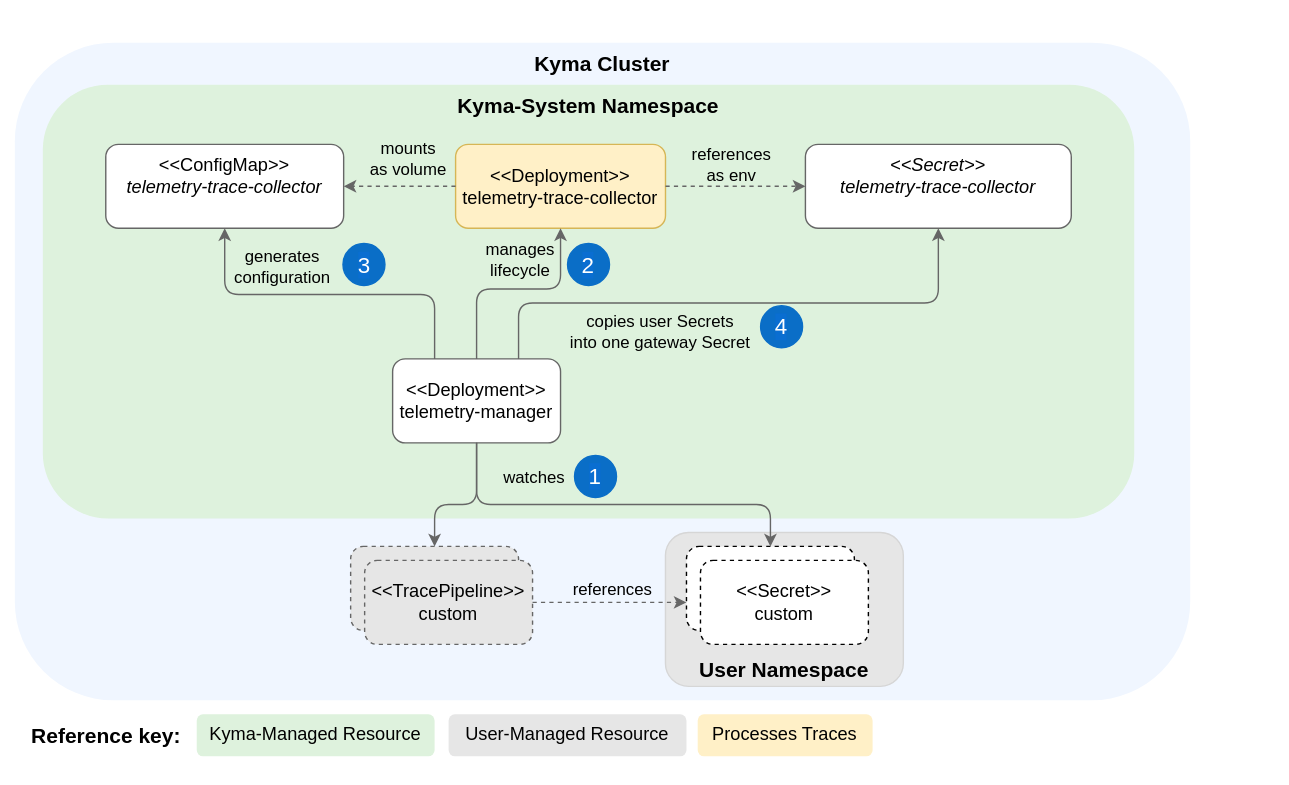
Before: docs/user/assets/traces-resources.drawio.svg, a diagram exported from draw.io (kyma-project/telemetry-manager). Source tidied: cells renumbered, new cells last; positions are measured from the earlier drawing's top-left corner, leaving out a move shared by most shapes.
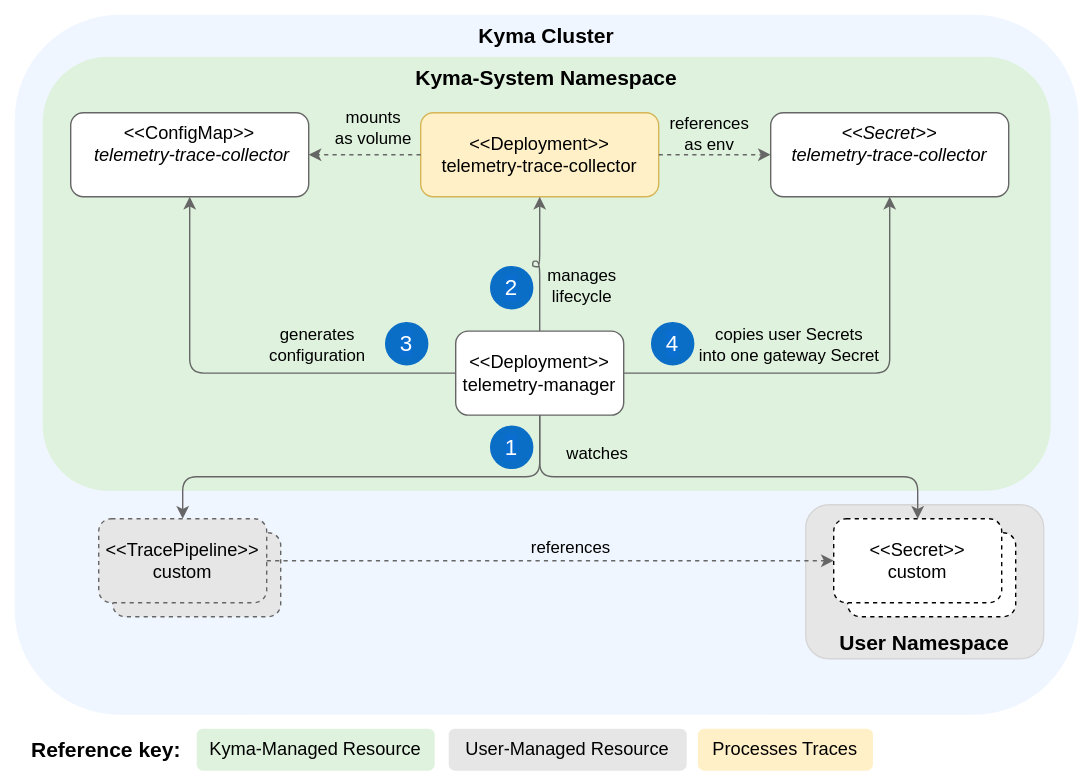
After the change.

What changed in the source:
```diff
@@ -3,60 +3,58 @@
     <mxCell id="0" />
     <mxCell id="1" parent="0" />
     <mxCell id="2" style="rounded=0;whiteSpace=wrap;html=1;fillColor=#FFFFFF;strokeColor=none;" parent="1" vertex="1">
-      <mxGeometry width="920" height="560" as="geometry" />
+      <mxGeometry x="-590" y="-640" width="780" height="560" as="geometry" />
     </mxCell>
     <mxCell id="3" value="&lt;b style=&quot;color: rgb(0, 0, 0); font-size: 15px;&quot;&gt;&lt;font style=&quot;font-size: 15px;&quot;&gt;Kyma Cluster&lt;br style=&quot;font-size: 15px;&quot;&gt;&lt;/font&gt;&lt;/b&gt;" style="rounded=1;whiteSpace=wrap;html=1;fillColor=#F0F6FF;strokeColor=none;fontColor=#333333;verticalAlign=top;fontSize=15;" parent="1" vertex="1">
-      <mxGeometry x="10" y="30" width="840" height="470" as="geometry" />
+      <mxGeometry x="-580" y="-630" width="760" height="500" as="geometry" />
     </mxCell>
     <mxCell id="4" value="&lt;font style=&quot;font-size: 15px;&quot;&gt;&lt;b&gt;Reference key:&lt;/b&gt;&lt;/font&gt;" style="text;html=1;align=center;verticalAlign=middle;strokeColor=none;fillColor=default;" parent="1" vertex="1">
-      <mxGeometry x="10" y="510" width="130" height="30" as="geometry" />
+      <mxGeometry x="-580" y="-120" width="130" height="30" as="geometry" />
     </mxCell>
     <mxCell id="5" value="&lt;b style=&quot;color: rgb(0, 0, 0); font-size: 15px;&quot;&gt;Kyma-System Namespace&lt;br style=&quot;font-size: 15px;&quot;&gt;&lt;/b&gt;" style="rounded=1;whiteSpace=wrap;html=1;dashed=1;fillColor=#DEF2DD;strokeColor=none;verticalAlign=top;fontSize=15;" parent="1" vertex="1">
-      <mxGeometry x="30" y="60" width="780" height="310" as="geometry" />
+      <mxGeometry x="-560" y="-600" width="720" height="310" as="geometry" />
     </mxCell>
     <mxCell id="6" value="&amp;lt;&amp;lt;Deployment&amp;gt;&amp;gt;&lt;br style=&quot;font-size: 13px;&quot;&gt;telemetry-manager" style="rounded=1;whiteSpace=wrap;html=1;strokeColor=#666666;fontSize=13;" parent="1" vertex="1">
-      <mxGeometry x="280" y="256" width="120" height="60" as="geometry" />
+      <mxGeometry x="-265" y="-404" width="120" height="60" as="geometry" />
     </mxCell>
-    <mxCell id="7" value="&amp;lt;&amp;lt;LogPipeline&amp;gt;&amp;gt;&lt;br style=&quot;font-size: 13px;&quot;&gt;custom" style="rounded=1;whiteSpace=wrap;html=1;dashed=1;strokeColor=#666666;fontSize=13;fillColor=#E6E6E6;" parent="1" vertex="1">
-      <mxGeometry x="250" y="390" width="120" height="60" as="geometry" />
+    <mxCell id="7" style="rounded=1;whiteSpace=wrap;html=1;dashed=1;strokeColor=#666666;fontSize=13;fillColor=#E6E6E6;" parent="1" vertex="1">
+      <mxGeometry x="-510" y="-260" width="120" height="60" as="geometry" />
     </mxCell>
-    <mxCell id="8" style="edgeStyle=orthogonalEdgeStyle;rounded=1;html=1;exitX=0.5;exitY=1;exitDx=0;exitDy=0;entryX=0.5;entryY=0;entryDx=0;entryDy=0;elbow=vertical;strokeColor=#666666;" parent="1" edge="1" source="6" target="7">
+    <mxCell id="8" style="edgeStyle=orthogonalEdgeStyle;rounded=1;html=1;exitX=0.5;exitY=1;exitDx=0;exitDy=0;entryX=0.5;entryY=0;entryDx=0;entryDy=0;elbow=vertical;strokeColor=#666666;" parent="1" edge="1" source="6" target="10">
       <mxGeometry relative="1" as="geometry">
         <Array as="points">
-          <mxPoint x="340" y="360" />
-          <mxPoint x="310" y="360" />
+          <mxPoint x="-205" y="-300" />
+          <mxPoint x="-460" y="-300" />
         </Array>
       </mxGeometry>
     </mxCell>
     <mxCell id="9" value="watches" style="edgeLabel;html=1;align=center;verticalAlign=middle;labelBackgroundColor=none;fontSize=12;" parent="8" vertex="1">
       <mxGeometry x="0.04" y="1" relative="1" as="geometry">
-        <mxPoint x="50" y="-21" as="offset" />
+        <mxPoint x="167" y="-18" as="offset" />
       </mxGeometry>
     </mxCell>
     <mxCell id="10" value="&amp;lt;&amp;lt;TracePipeline&amp;gt;&amp;gt;&lt;br style=&quot;font-size: 13px;&quot;&gt;custom" style="rounded=1;whiteSpace=wrap;html=1;dashed=1;strokeColor=#666666;fontSize=13;fillColor=#E6E6E6;" parent="1" vertex="1">
-      <mxGeometry x="260" y="400" width="120" height="60" as="geometry" />
+      <mxGeometry x="-520" y="-270" width="120" height="60" as="geometry" />
     </mxCell>
     <mxCell id="11" value="&lt;b style=&quot;color: rgb(0, 0, 0); font-size: 15px;&quot;&gt;User Namespace&lt;br style=&quot;font-size: 15px;&quot;&gt;&lt;/b&gt;" style="rounded=1;whiteSpace=wrap;html=1;fillColor=#E6E6E6;strokeColor=#D6D6D6;verticalAlign=bottom;fontSize=15;" parent="1" vertex="1">
-      <mxGeometry x="475" y="380" width="170" height="110" as="geometry" />
+      <mxGeometry x="-15" y="-280" width="170" height="110" as="geometry" />
     </mxCell>
-    <mxCell id="12" value="&amp;lt;&amp;lt;Secret&amp;gt;&amp;gt;&lt;br style=&quot;font-size: 13px;&quot;&gt;custom" style="rounded=1;whiteSpace=wrap;html=1;dashed=1;fontSize=13;" parent="1" vertex="1">
-      <mxGeometry x="490" y="390" width="120" height="60" as="geometry" />
+    <mxCell id="12" style="rounded=1;whiteSpace=wrap;html=1;dashed=1;fontSize=13;" parent="1" vertex="1">
+      <mxGeometry x="15" y="-260" width="120" height="60" as="geometry" />
     </mxCell>
     <mxCell id="13" value="&amp;lt;&amp;lt;Secret&amp;gt;&amp;gt;&lt;br style=&quot;font-size: 13px;&quot;&gt;custom" style="rounded=1;whiteSpace=wrap;html=1;dashed=1;fontSize=13;" parent="1" vertex="1">
-      <mxGeometry x="500" y="400" width="120" height="60" as="geometry" />
+      <mxGeometry x="5" y="-270" width="120" height="60" as="geometry" />
     </mxCell>
-    <mxCell id="14" style="edgeStyle=orthogonalEdgeStyle;rounded=1;html=1;exitX=0.5;exitY=1;exitDx=0;exitDy=0;entryX=0.5;entryY=0;entryDx=0;entryDy=0;elbow=vertical;strokeColor=#666666;" parent="1" edge="1" source="6" target="12">
+    <mxCell id="14" style="edgeStyle=orthogonalEdgeStyle;rounded=1;html=1;exitX=0.5;exitY=1;exitDx=0;exitDy=0;entryX=0.5;entryY=0;entryDx=0;entryDy=0;elbow=vertical;strokeColor=#666666;" parent="1" edge="1" source="6" target="13">
       <mxGeometry relative="1" as="geometry">
         <Array as="points">
-          <mxPoint x="340" y="360" />
-          <mxPoint x="550" y="360" />
+          <mxPoint x="-205" y="-300" />
+          <mxPoint x="65" y="-300" />
         </Array>
       </mxGeometry>
     </mxCell>
-    <mxCell id="15" style="edgeStyle=orthogonalEdgeStyle;html=1;exitX=1;exitY=0.5;exitDx=0;exitDy=0;dashed=1;strokeColor=#666666;" parent="1" edge="1" source="10">
-      <mxGeometry relative="1" as="geometry">
-        <mxPoint x="490" y="430" as="targetPoint" />
-      </mxGeometry>
+    <mxCell id="15" style="edgeStyle=orthogonalEdgeStyle;html=1;exitX=1;exitY=0.5;exitDx=0;exitDy=0;dashed=1;strokeColor=#666666;entryX=0;entryY=0.5;entryDx=0;entryDy=0;" parent="1" edge="1" source="10" target="13">
+      <mxGeometry relative="1" as="geometry" />
     </mxCell>
     <mxCell id="16" value="&lt;font style=&quot;font-size: 12px;&quot;&gt;references&lt;/font&gt;" style="edgeLabel;html=1;align=center;verticalAlign=middle;labelBackgroundColor=none;fontSize=12;" parent="15" vertex="1">
       <mxGeometry x="0.09" y="-2" relative="1" as="geometry">
@@ -64,16 +62,16 @@
       </mxGeometry>
     </mxCell>
     <mxCell id="17" value="&lt;span style=&quot;color: rgb(0, 0, 0); font-family: Helvetica; font-size: 13px; font-style: normal; font-variant-ligatures: normal; font-variant-caps: normal; font-weight: 400; letter-spacing: normal; orphans: 2; text-indent: 0px; text-transform: none; widows: 2; word-spacing: 0px; -webkit-text-stroke-width: 0px; text-decoration-thickness: initial; text-decoration-style: initial; text-decoration-color: initial; float: none; display: inline !important;&quot;&gt;Processes Traces&lt;/span&gt;" style="text;whiteSpace=wrap;html=1;strokeColor=none;rounded=1;fillColor=#fff0c7;align=center;fontSize=13;" parent="1" vertex="1">
-      <mxGeometry x="498" y="510" width="125" height="30" as="geometry" />
+      <mxGeometry x="-92" y="-120" width="125" height="30" as="geometry" />
     </mxCell>
     <mxCell id="18" value="&amp;lt;&amp;lt;Deployment&amp;gt;&amp;gt;&lt;br style=&quot;font-size: 13px;&quot;&gt;telemetry-trace-collector" style="rounded=1;whiteSpace=wrap;html=1;strokeColor=#D6B656;fontSize=13;fillColor=#FFF0C7;" parent="1" vertex="1">
-      <mxGeometry x="325" y="102.6" width="150" height="60" as="geometry" />
+      <mxGeometry x="-290" y="-560" width="170" height="60" as="geometry" />
     </mxCell>
     <mxCell id="19" value="&lt;div style=&quot;font-size: 13px;&quot;&gt;&lt;font style=&quot;font-size: 13px&quot;&gt;&amp;lt;&amp;lt;ConfigMap&amp;gt;&amp;gt;&lt;/font&gt;&lt;/div&gt;&lt;div style=&quot;font-size: 13px&quot;&gt;&lt;font style=&quot;font-size: 13px&quot;&gt;&lt;i style=&quot;font-size: 13px;&quot;&gt;&lt;font style=&quot;font-size: 13px&quot;&gt;&amp;nbsp;telemetry-trace-collector&lt;/font&gt;&lt;/i&gt;&lt;/font&gt;&lt;/div&gt;&lt;span style=&quot;font-size: 13px;&quot;&gt;&lt;br style=&quot;font-size: 13px;&quot;&gt;&lt;/span&gt;" style="rounded=1;whiteSpace=wrap;html=1;align=center;strokeColor=#666666;fontSize=13;" parent="1" vertex="1">
-      <mxGeometry x="75" y="102.6" width="170" height="60" as="geometry" />
+      <mxGeometry x="-540" y="-560" width="170" height="60" as="geometry" />
     </mxCell>
     <mxCell id="20" value="&lt;font style=&quot;font-size: 13px;&quot;&gt;&lt;div style=&quot;font-size: 13px;&quot;&gt;&lt;span style=&quot;font-size: 13px;&quot;&gt;&lt;i style=&quot;font-size: 13px;&quot;&gt;&amp;lt;&amp;lt;Secret&amp;gt;&amp;gt;&lt;/i&gt;&lt;/span&gt;&lt;/div&gt;&lt;div style=&quot;font-size: 13px;&quot;&gt;&lt;span style=&quot;font-size: 13px;&quot;&gt;&lt;i style=&quot;font-size: 13px;&quot;&gt;telemetry-trace-collector&lt;/i&gt;&lt;/span&gt;&lt;/div&gt;&lt;br style=&quot;font-size: 13px;&quot;&gt;&lt;/font&gt;" style="rounded=1;whiteSpace=wrap;html=1;strokeColor=#666666;fontSize=13;" parent="1" vertex="1">
-      <mxGeometry x="575" y="102.6" width="190" height="60" as="geometry" />
+      <mxGeometry x="-40" y="-560" width="170" height="60" as="geometry" />
     </mxCell>
     <mxCell id="21" style="edgeStyle=orthogonalEdgeStyle;html=1;exitX=0;exitY=0.5;exitDx=0;exitDy=0;entryX=1;entryY=0.5;entryDx=0;entryDy=0;dashed=1;strokeColor=#666666;" parent="1" edge="1" source="18" target="19">
       <mxGeometry relative="1" as="geometry" />
@@ -94,59 +92,59 @@
     <mxCell id="25" style="edgeStyle=orthogonalEdgeStyle;html=1;exitX=0.5;exitY=0;exitDx=0;exitDy=0;entryX=0.5;entryY=1;entryDx=0;entryDy=0;elbow=vertical;rounded=1;strokeColor=#666666;" parent="1" edge="1" source="6" target="18">
       <mxGeometry relative="1" as="geometry">
         <Array as="points">
-          <mxPoint x="340" y="206" />
-          <mxPoint x="400" y="206" />
+          <mxPoint x="-205" y="-454" />
+          <mxPoint x="-210" y="-454" />
+          <mxPoint x="-210" y="-450" />
+          <mxPoint x="-205" y="-450" />
         </Array>
       </mxGeometry>
     </mxCell>
     <mxCell id="26" value="manages&lt;br style=&quot;font-size: 12px;&quot;&gt;lifecycle" style="edgeLabel;html=1;align=center;verticalAlign=middle;labelBackgroundColor=none;fontSize=12;" parent="25" vertex="1">
       <mxGeometry x="-0.17" relative="1" as="geometry">
-        <mxPoint x="16" y="-22" as="offset" />
+        <mxPoint x="29" y="14" as="offset" />
       </mxGeometry>
     </mxCell>
     <mxCell id="27" value="&lt;font style=&quot;font-size: 16px&quot;&gt;3&lt;/font&gt;" style="ellipse;whiteSpace=wrap;html=1;labelBackgroundColor=#0A6ED1;fontColor=#FFFFFF;fillColor=#0A6EC7;strokeColor=#0A6EC7;" parent="1" vertex="1">
-      <mxGeometry x="244.5" y="173.5" width="30" height="30" as="geometry" />
+      <mxGeometry x="-315" y="-410" width="30" height="30" as="geometry" />
     </mxCell>
     <mxCell id="28" value="&lt;font style=&quot;font-size: 16px&quot;&gt;2&lt;/font&gt;" style="ellipse;whiteSpace=wrap;html=1;labelBackgroundColor=#0A6ED1;fontColor=#FFFFFF;fillColor=#0A6EC7;strokeColor=#0A6EC7;" parent="1" vertex="1">
-      <mxGeometry x="405" y="173.5" width="30" height="30" as="geometry" />
+      <mxGeometry x="-240" y="-450" width="30" height="30" as="geometry" />
     </mxCell>
-    <mxCell id="29" style="edgeStyle=orthogonalEdgeStyle;html=1;exitX=0.25;exitY=0;exitDx=0;exitDy=0;entryX=0.5;entryY=1;entryDx=0;entryDy=0;elbow=vertical;rounded=1;strokeColor=#666666;" parent="1" edge="1" source="6" target="19">
+    <mxCell id="29" style="edgeStyle=orthogonalEdgeStyle;html=1;exitX=0;exitY=0.5;exitDx=0;exitDy=0;entryX=0.5;entryY=1;entryDx=0;entryDy=0;elbow=vertical;rounded=1;strokeColor=#666666;" parent="1" edge="1" source="6" target="19">
       <mxGeometry relative="1" as="geometry">
         <Array as="points">
-          <mxPoint x="310" y="210" />
-          <mxPoint x="160" y="210" />
+          <mxPoint x="-455" y="-374" />
         </Array>
       </mxGeometry>
     </mxCell>
     <mxCell id="30" value="&lt;span style=&quot;&quot;&gt;generates&lt;/span&gt;&lt;br style=&quot;border-color: var(--border-color);&quot;&gt;&lt;span style=&quot;&quot;&gt;configuration&lt;/span&gt;" style="edgeLabel;html=1;align=center;verticalAlign=middle;fontSize=12;labelBackgroundColor=none;" parent="29" vertex="1">
       <mxGeometry x="0.35" y="-2" relative="1" as="geometry">
-        <mxPoint x="9" y="-19" as="offset" />
+        <mxPoint x="88" y="3" as="offset" />
       </mxGeometry>
     </mxCell>
-    <mxCell id="31" style="edgeStyle=orthogonalEdgeStyle;html=1;exitX=0.75;exitY=0;exitDx=0;exitDy=0;elbow=vertical;rounded=1;strokeColor=#666666;entryX=0.5;entryY=1;entryDx=0;entryDy=0;" parent="1" edge="1" source="6" target="20">
+    <mxCell id="31" style="edgeStyle=orthogonalEdgeStyle;html=1;exitX=1;exitY=0.5;exitDx=0;exitDy=0;elbow=vertical;rounded=1;strokeColor=#666666;entryX=0.5;entryY=1;entryDx=0;entryDy=0;" parent="1" edge="1" source="6" target="20">
       <mxGeometry relative="1" as="geometry">
         <Array as="points">
-          <mxPoint x="370" y="216" />
-          <mxPoint x="670" y="216" />
+          <mxPoint x="45" y="-374" />
         </Array>
       </mxGeometry>
     </mxCell>
     <mxCell id="32" value="&lt;span style=&quot;font-size: 12px;&quot;&gt;copies user Secrets&lt;br style=&quot;font-size: 12px;&quot;&gt;into one gateway&amp;nbsp;Secret&lt;/span&gt;" style="edgeLabel;html=1;align=center;verticalAlign=middle;labelBackgroundColor=none;fontSize=12;" parent="31" vertex="1">
       <mxGeometry x="-0.27" y="-2" relative="1" as="geometry">
-        <mxPoint x="-4" y="18" as="offset" />
+        <mxPoint x="2" y="-23" as="offset" />
       </mxGeometry>
     </mxCell>
     <mxCell id="33" value="&lt;font style=&quot;font-size: 16px&quot;&gt;4&lt;/font&gt;" style="ellipse;whiteSpace=wrap;html=1;labelBackgroundColor=#0A6ED1;fontColor=#FFFFFF;fillColor=#0A6EC7;strokeColor=#0A6EC7;" parent="1" vertex="1">
-      <mxGeometry x="543" y="218" width="30" height="30" as="geometry" />
+      <mxGeometry x="-125" y="-410" width="30" height="30" as="geometry" />
     </mxCell>
     <mxCell id="34" value="&lt;font style=&quot;font-size: 16px&quot;&gt;1&lt;/font&gt;" style="ellipse;whiteSpace=wrap;html=1;labelBackgroundColor=#0A6ED1;fontColor=#FFFFFF;fillColor=#0A6EC7;strokeColor=#0A6EC7;" parent="1" vertex="1">
-      <mxGeometry x="410" y="325" width="30" height="30" as="geometry" />
+      <mxGeometry x="-240" y="-336" width="30" height="30" as="geometry" />
     </mxCell>
     <mxCell id="35" value="&lt;span style=&quot;color: rgb(0, 0, 0); font-family: Helvetica; font-size: 13px; font-style: normal; font-variant-ligatures: normal; font-variant-caps: normal; font-weight: 400; letter-spacing: normal; orphans: 2; text-indent: 0px; text-transform: none; widows: 2; word-spacing: 0px; -webkit-text-stroke-width: 0px; text-decoration-thickness: initial; text-decoration-style: initial; text-decoration-color: initial; float: none; display: inline !important;&quot;&gt;User-Managed Resource&lt;/span&gt;" style="text;whiteSpace=wrap;html=1;strokeColor=none;rounded=1;fillColor=#e6e6e6;align=center;fontSize=13;" parent="1" vertex="1">
-      <mxGeometry x="320" y="510" width="170" height="30" as="geometry" />
+      <mxGeometry x="-270" y="-120" width="170" height="30" as="geometry" />
     </mxCell>
     <mxCell id="36" value="&lt;span style=&quot;color: rgb(0, 0, 0); font-family: Helvetica; font-size: 13px; font-style: normal; font-variant-ligatures: normal; font-variant-caps: normal; font-weight: 400; letter-spacing: normal; orphans: 2; text-indent: 0px; text-transform: none; widows: 2; word-spacing: 0px; -webkit-text-stroke-width: 0px; text-decoration-thickness: initial; text-decoration-style: initial; text-decoration-color: initial; float: none; display: inline !important;&quot;&gt;Kyma-Managed Resource&lt;/span&gt;" style="text;whiteSpace=wrap;html=1;strokeColor=none;rounded=1;fillColor=#def2dd;align=center;" parent="1" vertex="1">
-      <mxGeometry x="140" y="510" width="170" height="30" as="geometry" />
+      <mxGeometry x="-450" y="-120" width="170" height="30" as="geometry" />
     </mxCell>
   </root>
 </mxGraphModel>
```
